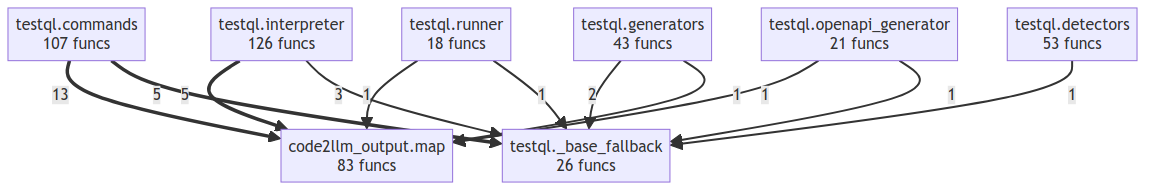
Before: project/compact_flow.png, a diagram exported from Mermaid (oqlos/testql). Its source is kept beside it as project/compact_flow.mmd.
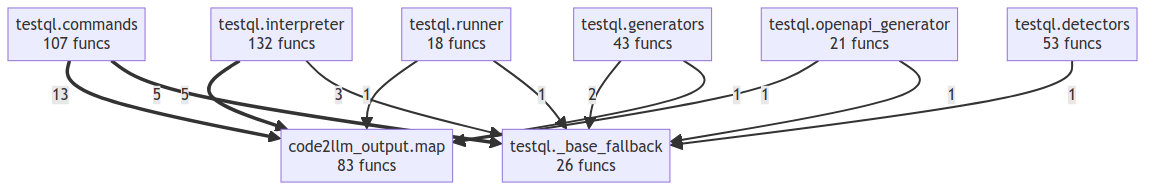
Above is the later version.

Change to the diagram source:
```diff
@@ -4,7 +4,7 @@
     testql__commands["testql.commands<br/>107 funcs"]
     testql__detectors["testql.detectors<br/>53 funcs"]
     testql__generators["testql.generators<br/>43 funcs"]
-    testql__interpreter["testql.interpreter<br/>126 funcs"]
+    testql__interpreter["testql.interpreter<br/>132 funcs"]
     testql__openapi_generator["testql.openapi_generator<br/>21 funcs"]
     testql__runner["testql.runner<br/>18 funcs"]
     testql__commands ==>|13| code2llm_output__map
```
